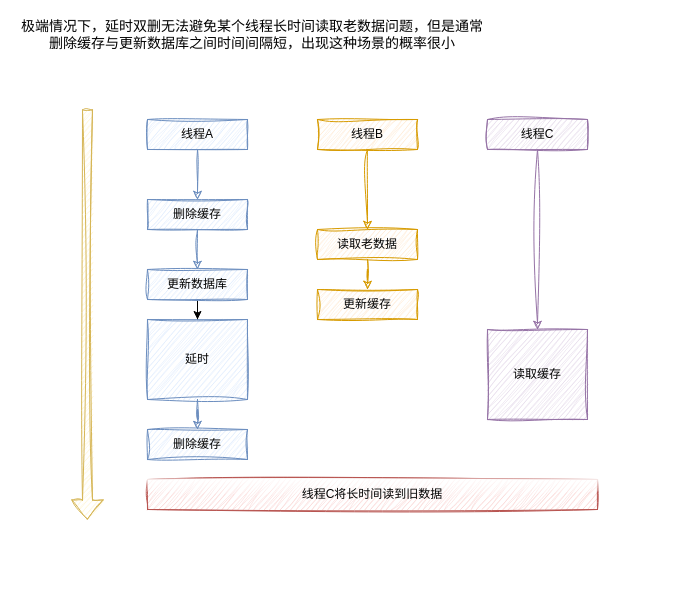
pipisay/draw keeps this draw.io diagram as redis和mysql数据一致-延时双删.drawio. Above is the earlier version. Source tidied: cells renumbered, new cells numbered last; positions are measured from the earlier drawing's top-left corner, leaving out a move shared by most shapes. Both pictures are drawn from the tidied source at 100%, with x=0, y=0 at pixel (17, 19).
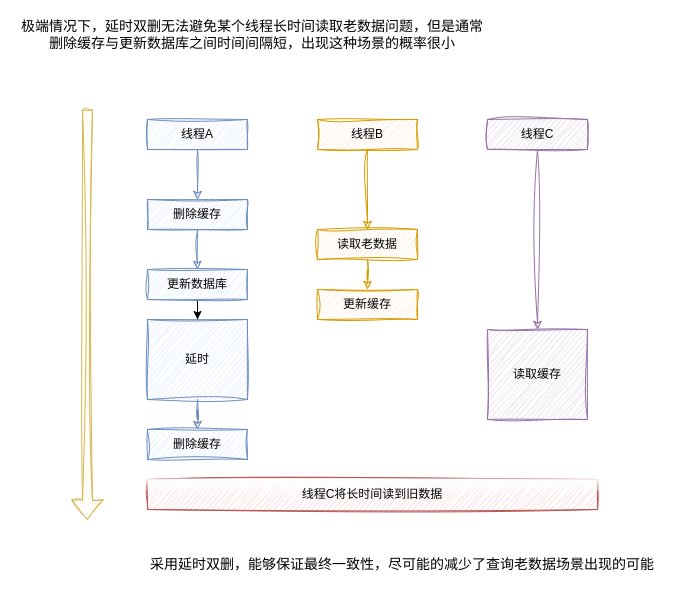
The same page after the edit.

Commit message (it also covers changes not shown here):
更新redis和mysql数据一致-延时双删.drawio

Change to the diagram source:
```diff
@@
+    <mxCell id="22" value="采用延时双删，能够保证最终一致性，尽可能的减少了查询老数据场景出现的可能" style="text;html=1;strokeColor=none;fillColor=none;align=center;verticalAlign=middle;whiteSpace=wrap;rounded=0;glass=1;sketch=1;fontSize=14;" parent="1" vertex="1">
+      <mxGeometry x="110" y="530" width="550" height="30" as="geometry" />
+    </mxCell>
```
